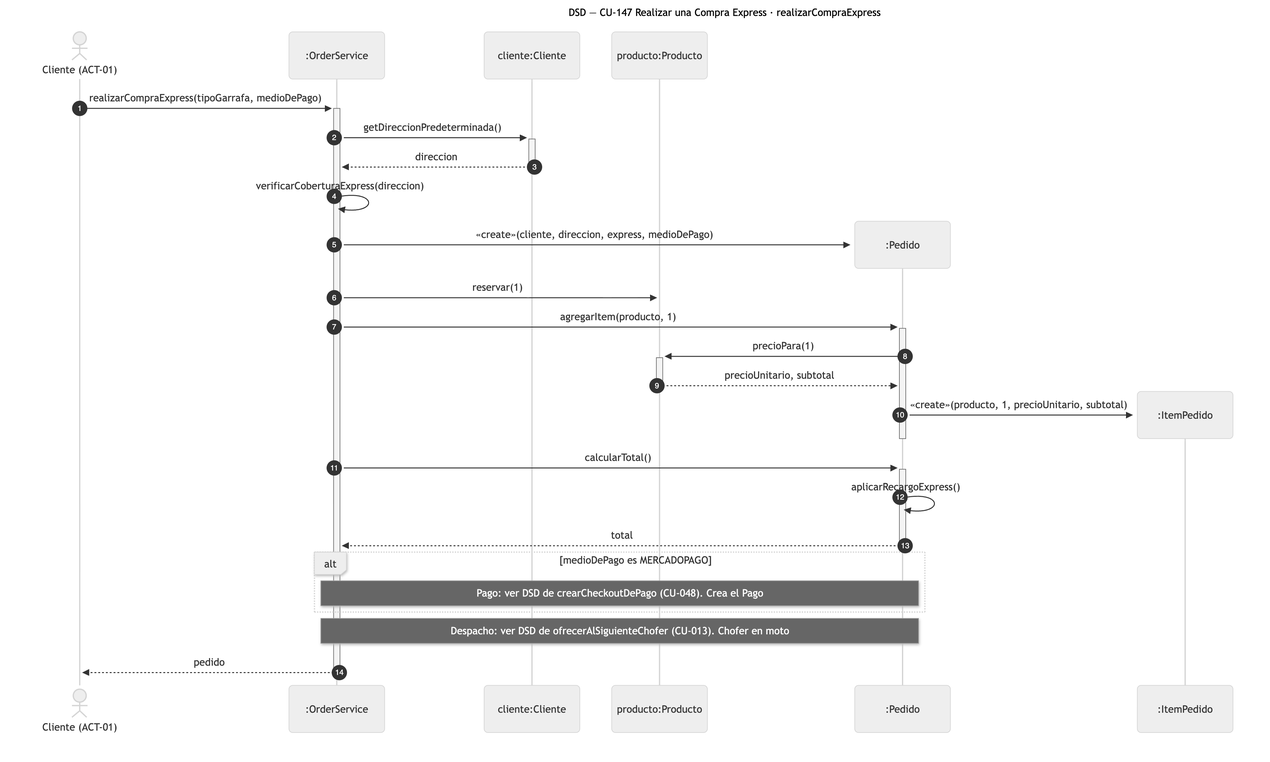
Nahuelito-Dev/splg-docs keeps this Mermaid diagram as diagramas/png/DSD_CU-147_realizarCompraExpress.png. Above is the earlier version. Its source is kept beside it as diagramas/DSD_CU-147_realizarCompraExpress.mmd.
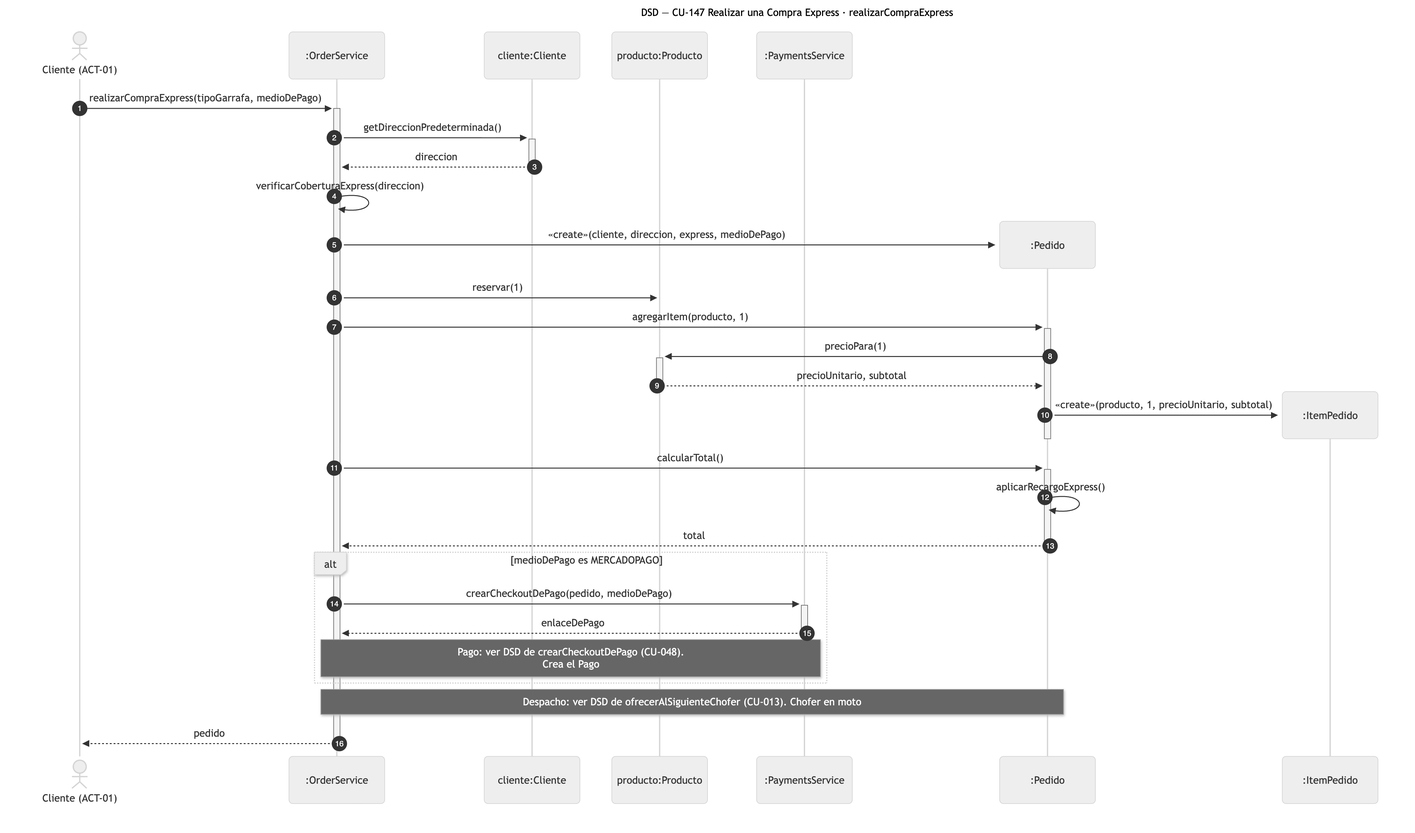
After the commit.

Change to the diagram source:
```diff
@@ -5,6 +5,7 @@
     participant SRV as :OrderService
     participant CLE as cliente:Cliente
     participant PRO as producto:Producto
+    participant PAG as :PaymentsService
 
     CLI->>+SRV: realizarCompraExpress(tipoGarrafa, medioDePago)
     SRV->>+CLE: getDireccionPredeterminada()
@@ -23,7 +24,9 @@
     PED->>PED: aplicarRecargoExpress()
     PED-->>-SRV: total
     alt medioDePago es MERCADOPAGO
-        Note over SRV,PED: Pago: ver DSD de crearCheckoutDePago (CU-048). Crea el Pago
+        SRV->>+PAG: crearCheckoutDePago(pedido, medioDePago)
+        PAG-->>-SRV: enlaceDePago
+        Note over SRV,PAG: Pago: ver DSD de crearCheckoutDePago (CU-048).<br/>Crea el Pago
     end
     Note over SRV,PED: Despacho: ver DSD de ofrecerAlSiguienteChofer (CU-013). Chofer en moto
     SRV-->>-CLI: pedido
```
